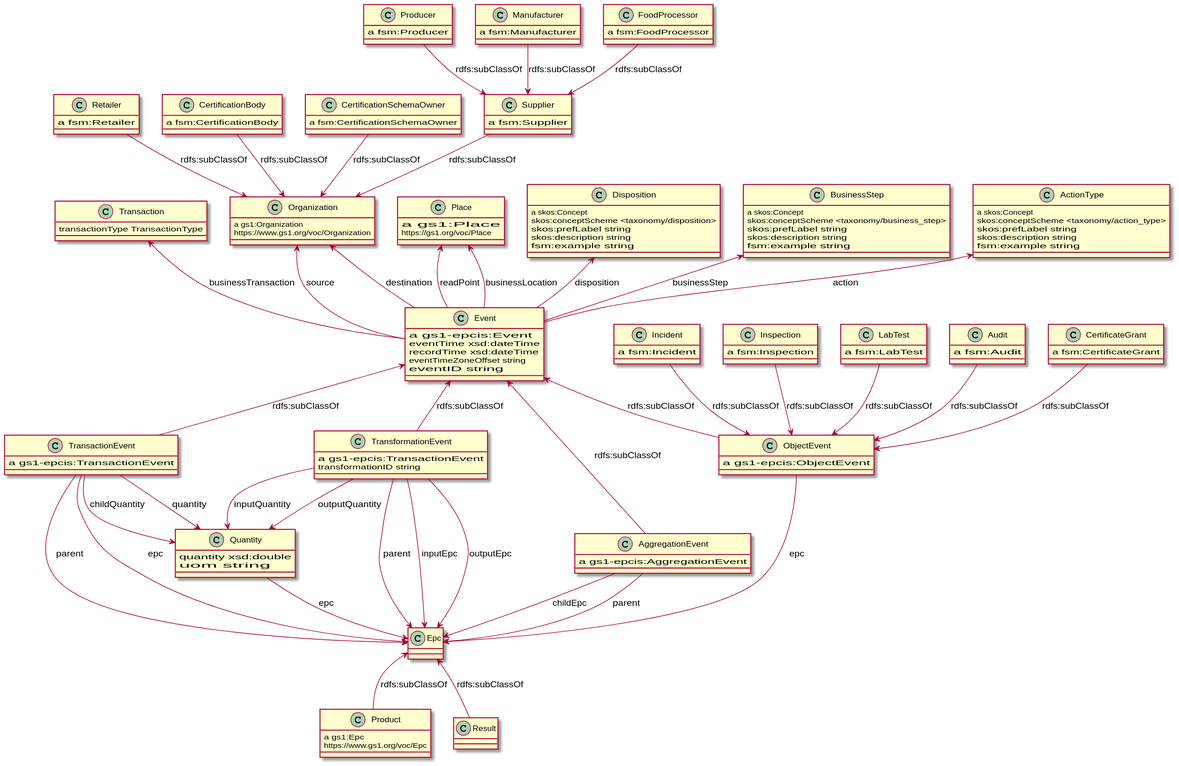
OriginTrail/epcis-erm keeps this PlantUML diagram as model.svg. Above is the earlier version.
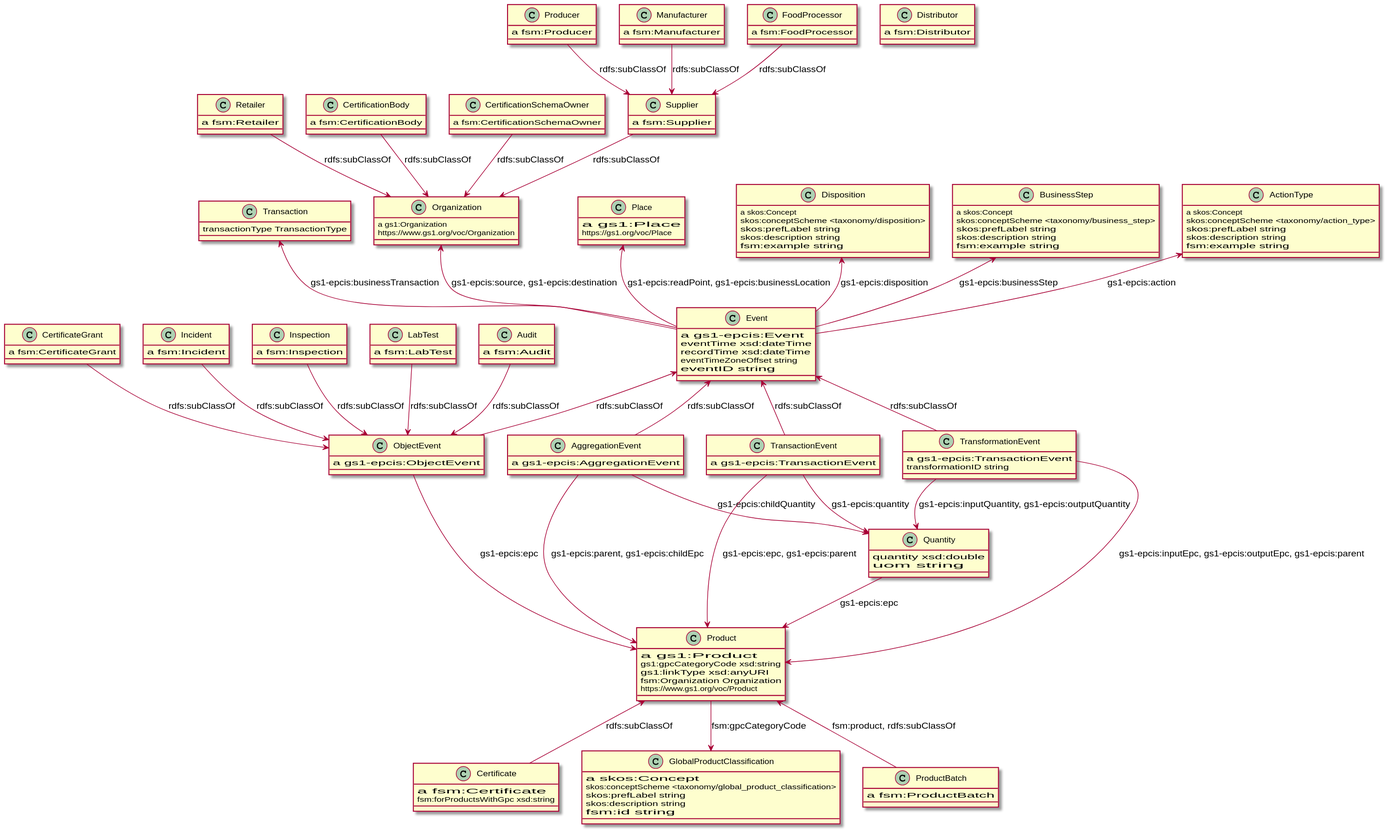
The same file after the commit.

The edit, as a diff of the source:
```diff
@@ -25,8 +25,11 @@
 }
 
 class Product {
-    a   gs1:Epc
-    https://www.gs1.org/voc/Epc
+    a                           gs1:Product
+    gs1:gpcCategoryCode         xsd:string
+    gs1:linkType                xsd:anyURI
+    fsm:Organization            Organization
+    https://www.gs1.org/voc/Product
 }
 
 class Organization {
@@ -73,32 +76,25 @@
 }
 
 
-Event -up-> ActionType : action
-Event -up-> BusinessStep : businessStep
-Event -up-> Disposition : disposition
-Event -up-> Place : readPoint
-Event -up-> Place : businessLocation
-Event -up->  Organization : source
-Event -up->  Organization : destination
-Event -up->  Transaction : businessTransaction
+Event -up-> ActionType : gs1-epcis:action
+Event -up-> BusinessStep : gs1-epcis:businessStep
+Event -up-> Disposition : gs1-epcis:disposition
+Event -up-> Place : gs1-epcis:readPoint, gs1-epcis:businessLocation
+Event -up->  Organization : gs1-epcis:source, gs1-epcis:destination
+Event -up->  Transaction : gs1-epcis:businessTransaction
 
-ObjectEvent -->  Epc : epc
+ObjectEvent -->  Product : gs1-epcis:epc
 
-AggregationEvent -->  Epc : childEpc
-AggregationEvent -->  Epc : parent
-TransactionEvent -->  Quantity : childQuantity
+AggregationEvent -->  Product : gs1-epcis:parent, gs1-epcis:childEpc
+AggregationEvent -->  Quantity : gs1-epcis:childQuantity
 
-TransactionEvent -->  Epc : epc
-TransactionEvent -->  Epc : parent
-TransactionEvent -->  Quantity : quantity
+TransactionEvent -->  Product : gs1-epcis:epc, gs1-epcis:parent
+TransactionEvent -->  Quantity : gs1-epcis:quantity
 
-TransformationEvent -->  Epc : inputEpc
-TransformationEvent -->  Epc : outputEpc
-TransformationEvent -->  Epc : parent
-TransformationEvent -->  Quantity : inputQuantity
-TransformationEvent -->  Quantity : outputQuantity
+TransformationEvent -->  Product : gs1-epcis:inputEpc, gs1-epcis:outputEpc, gs1-epcis:parent
+TransformationEvent -->  Quantity : gs1-epcis:inputQuantity, gs1-epcis:outputQuantity
 
-Quantity --> Epc : epc
+Quantity --> Product : gs1-epcis:epc
 
 ObjectEvent -up-> Event : rdfs:subClassOf
 AggregationEvent -up-> Event : rdfs:subClassOf
@@ -153,6 +149,23 @@
     a           fsm:CertificateGrant
 }
 
+class Certificate {
+    a                           fsm:Certificate
+    fsm:forProductsWithGpc      xsd:string
+}
+
+class GlobalProductClassification {
+    a                       skos:Concept
+    skos:conceptScheme      <taxonomy/global_product_classification>
+    skos:prefLabel          string
+    skos:description        string
+    fsm:id                  string
+}
+
+class ProductBatch {
+    a                       fsm:ProductBatch
+}
+
 Producer --> Supplier : rdfs:subClassOf
 Manufacturer --> Supplier : rdfs:subClassOf
 FoodProcessor --> Supplier : rdfs:subClassOf
@@ -167,6 +180,13 @@
 Audit --> ObjectEvent : rdfs:subClassOf
 CertificateGrant --> ObjectEvent : rdfs:subClassOf
 
-Product -up-> Epc : rdfs:subClassOf
-Result -up-> Epc : rdfs:subClassOf
+Certificate -up-> Product : rdfs:subClassOf
+Product --> GlobalProductClassification : fsm:gpcCategoryCode
+
+ProductBatch -up-> Product : fsm:product, rdfs:subClassOf
+
+
+class Distributor {
+    a           fsm:Distributor
+}
 @enduml
```
